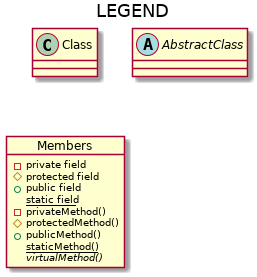
This is legend.png from felix990302/vm, a PlantUML export, as it was before one commit.
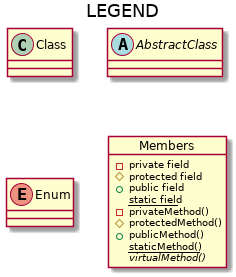
The same diagram one commit later.

Diff of the diagram source:
```diff
@@ -4,6 +4,8 @@
 class Class
 
 abstract class AbstractClass
+
+enum Enum
 
 object Members {
     -private field
```
